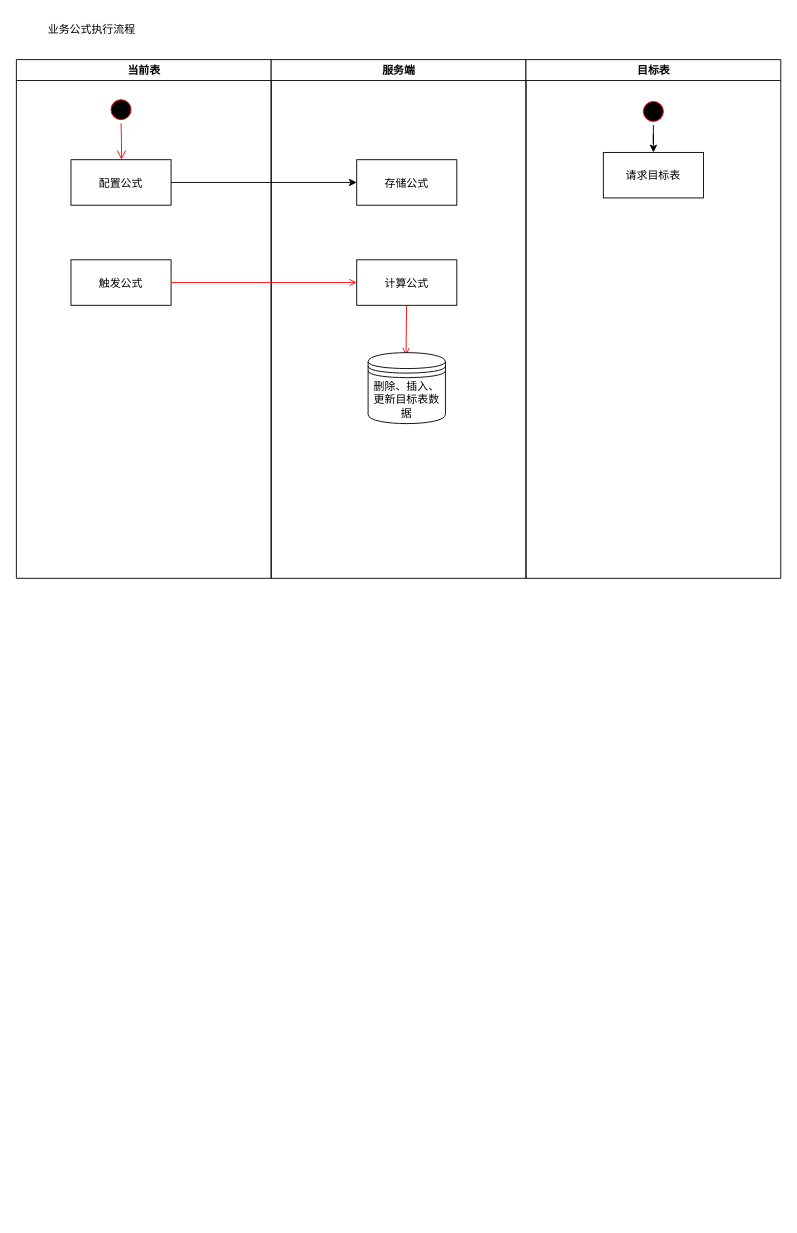
Before: 未命名绘图.drawio in zbjcool/mydraw, a draw.io diagram. Source tidied: cells renumbered, new cells numbered last; positions are measured from the earlier drawing's top-left corner, leaving out a move shared by most shapes. Both pictures are drawn from the tidied source at 91%, with x=0, y=0 at pixel (15, 15).
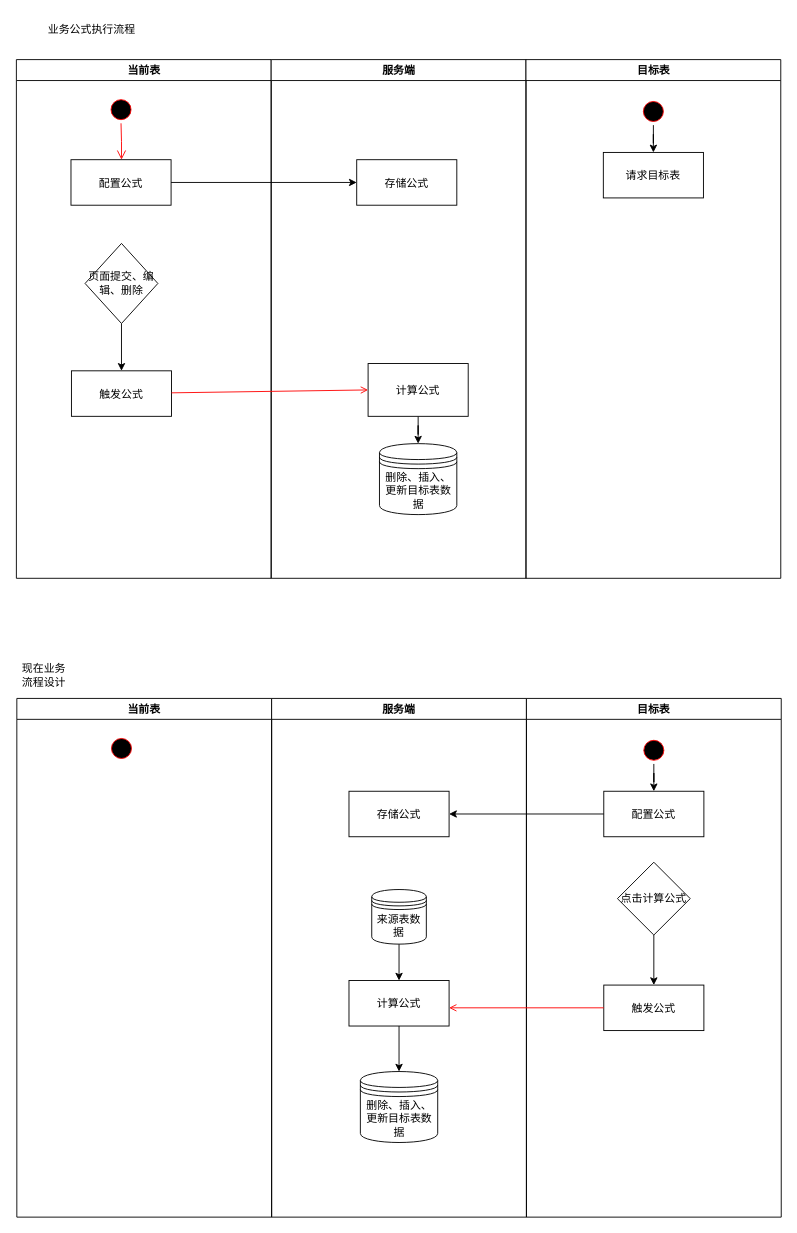
The same page after the edit.

Commit message:
未命名绘图.drawio

Unchanged cells that the change refers to:
```xml
<mxCell id="2" value="当前表" style="swimlane;whiteSpace=wrap;" parent="1" vertex="1">
  <mxGeometry x="0.5" y="48" width="280" height="570" as="geometry" />
</mxCell>
<mxCell id="7" value="服务端" style="swimlane;whiteSpace=wrap;" parent="1" vertex="1">
  <mxGeometry x="280.5" y="48" width="280" height="570" as="geometry" />
</mxCell>
```

What changed in the source:
```diff
@@
     <mxCell id="6" value="触发公式" parent="2" vertex="1">
-      <mxGeometry x="60" y="220" width="110" height="50" as="geometry" />
+      <mxGeometry x="60.5" y="342" width="110" height="50" as="geometry" />
     </mxCell>
+    <mxCell id="19" style="edgeStyle=orthogonalEdgeStyle;rounded=0;jettySize=auto;html=1;entryX=0.5;entryY=0;entryDx=0;entryDy=0;" parent="2" edge="1" source="20" target="6">
+      <mxGeometry relative="1" as="geometry" />
+    </mxCell>
+    <mxCell id="20" value="页面提交、编辑、删除" style="rhombus;whiteSpace=wrap;html=1;" parent="2" vertex="1">
+      <mxGeometry x="75.5" y="202" width="80" height="88" as="geometry" />
+    </mxCell>
@@
+    <mxCell id="21" style="edgeStyle=orthogonalEdgeStyle;rounded=0;jettySize=auto;html=1;" parent="7" edge="1" source="9" target="11">
+      <mxGeometry relative="1" as="geometry" />
+    </mxCell>
     <mxCell id="9" value="计算公式" parent="7" vertex="1">
-      <mxGeometry x="94" y="220" width="110" height="50" as="geometry" />
+      <mxGeometry x="106.5" y="334" width="110" height="58" as="geometry" />
     </mxCell>
-    <mxCell id="10" style="endArrow=open;strokeColor=#FF0000;endFill=1;rounded=0;" parent="7" edge="1" source="9">
-      <mxGeometry relative="1" as="geometry">
-        <mxPoint x="148.2" y="325" as="targetPoint" />
-      </mxGeometry>
-    </mxCell>
     <mxCell id="11" value="删除、插入、&lt;br style=&quot;border-color: var(--border-color); padding: 0px; margin: 0px;&quot;&gt;&lt;span style=&quot;&quot;&gt;更新目标表数据&lt;/span&gt;" style="shape=datastore;whiteSpace=wrap;html=1;" parent="7" vertex="1">
-      <mxGeometry x="106.5" y="322" width="85" height="78" as="geometry" />
+      <mxGeometry x="119" y="422" width="85" height="78" as="geometry" />
     </mxCell>
@@
+    <mxCell id="22" value="当前表" style="swimlane;whiteSpace=wrap;" parent="1" vertex="1">
+      <mxGeometry x="1" y="750" width="280" height="570" as="geometry" />
+    </mxCell>
+    <mxCell id="23" style="ellipse;shape=startState;fillColor=#000000;strokeColor=#ff0000;" parent="22" vertex="1">
+      <mxGeometry x="100" y="40" width="30" height="30" as="geometry" />
+    </mxCell>
+    <mxCell id="24" value="服务端" style="swimlane;whiteSpace=wrap;" parent="1" vertex="1">
+      <mxGeometry x="281" y="750" width="280" height="570" as="geometry" />
+    </mxCell>
+    <mxCell id="25" value="存储公式" parent="24" vertex="1">
+      <mxGeometry x="85" y="102" width="110" height="50" as="geometry" />
+    </mxCell>
+    <mxCell id="26" style="edgeStyle=orthogonalEdgeStyle;rounded=0;jettySize=auto;html=1;" parent="24" edge="1" source="27" target="28">
+      <mxGeometry relative="1" as="geometry" />
+    </mxCell>
+    <mxCell id="27" value="计算公式" parent="24" vertex="1">
+      <mxGeometry x="85" y="310" width="110" height="50" as="geometry" />
+    </mxCell>
+    <mxCell id="28" value="删除、插入、&lt;br style=&quot;border-color: var(--border-color); padding: 0px; margin: 0px;&quot;&gt;&lt;span style=&quot;&quot;&gt;更新目标表数据&lt;/span&gt;" style="shape=datastore;whiteSpace=wrap;html=1;" parent="24" vertex="1">
+      <mxGeometry x="97.5" y="410" width="85" height="78" as="geometry" />
+    </mxCell>
+    <mxCell id="29" style="edgeStyle=orthogonalEdgeStyle;rounded=0;jettySize=auto;html=1;entryX=0.5;entryY=0;entryDx=0;entryDy=0;" parent="24" edge="1" source="30" target="27">
+      <mxGeometry relative="1" as="geometry" />
+    </mxCell>
+    <mxCell id="30" value="来源表数据" style="shape=datastore;whiteSpace=wrap;html=1;" parent="24" vertex="1">
+      <mxGeometry x="110" y="210" width="60" height="60" as="geometry" />
+    </mxCell>
+    <mxCell id="31" value="目标表" style="swimlane;whiteSpace=wrap;" parent="1" vertex="1">
+      <mxGeometry x="561" y="750" width="280" height="570" as="geometry" />
+    </mxCell>
+    <mxCell id="32" value="配置公式" parent="31" vertex="1">
+      <mxGeometry x="85" y="102" width="110" height="50" as="geometry" />
+    </mxCell>
+    <mxCell id="33" style="edgeStyle=orthogonalEdgeStyle;rounded=0;jettySize=auto;html=1;" parent="31" edge="1" source="34" target="32">
+      <mxGeometry relative="1" as="geometry" />
+    </mxCell>
+    <mxCell id="34" style="ellipse;shape=startState;fillColor=#000000;strokeColor=#ff0000;" parent="31" vertex="1">
+      <mxGeometry x="125" y="42" width="30" height="30" as="geometry" />
+    </mxCell>
+    <mxCell id="35" value="触发公式" parent="31" vertex="1">
+      <mxGeometry x="85" y="315" width="110" height="50" as="geometry" />
+    </mxCell>
+    <mxCell id="36" style="edgeStyle=orthogonalEdgeStyle;rounded=0;jettySize=auto;html=1;entryX=0.5;entryY=0;entryDx=0;entryDy=0;" parent="31" edge="1" source="37" target="35">
+      <mxGeometry relative="1" as="geometry" />
+    </mxCell>
+    <mxCell id="37" value="点击计算公式" style="rhombus;whiteSpace=wrap;html=1;" parent="31" vertex="1">
+      <mxGeometry x="100" y="180" width="80" height="80" as="geometry" />
+    </mxCell>
+    <mxCell id="38" style="endArrow=open;strokeColor=#FF0000;endFill=1;rounded=0;" parent="1" edge="1" source="35">
+      <mxGeometry relative="1" as="geometry">
+        <mxPoint x="476" y="1090" as="targetPoint" />
+      </mxGeometry>
+    </mxCell>
+    <mxCell id="39" value="现在业务流程设计" style="text;html=1;strokeColor=none;fillColor=none;align=center;verticalAlign=middle;whiteSpace=wrap;rounded=0;" parent="1" vertex="1">
+      <mxGeometry x="1" y="710" width="60" height="30" as="geometry" />
+    </mxCell>
+    <mxCell id="40" style="edgeStyle=orthogonalEdgeStyle;rounded=0;jettySize=auto;html=1;" parent="1" edge="1" source="32" target="25">
+      <mxGeometry relative="1" as="geometry" />
+    </mxCell>
```
